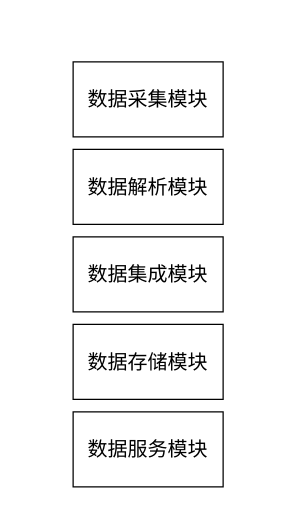
Earlier version of the draw.io diagram 专利处理流程图.drawio (fxfng/hello-world). Source tidied: cells renumbered, new cells numbered last; positions are measured from the earlier drawing's top-left corner, leaving out a move shared by most shapes. Both pictures are drawn from the tidied source at 125%, with x=0, y=0 at pixel (72, 61).
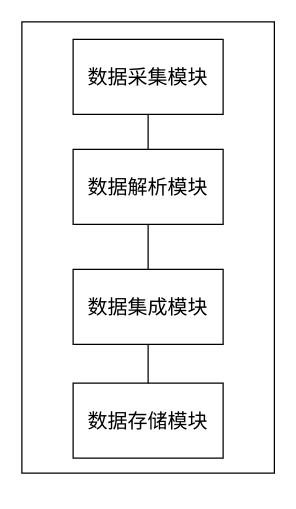
After the change.

Diff of the diagram source:
```diff
@@
 <mxGraphModel>
   <root>
     <mxCell id="0" />
     <mxCell id="1" parent="0" />
+    <mxCell id="7" style="rounded=0;whiteSpace=wrap;html=1;" parent="1" vertex="1">
+      <mxGeometry x="-41" y="-32" width="202" height="361" as="geometry" />
+    </mxCell>
+    <mxCell id="8" style="edgeStyle=orthogonalEdgeStyle;rounded=0;jettySize=auto;html=1;exitX=0.5;exitY=1;exitDx=0;exitDy=0;entryX=0.5;entryY=0;entryDx=0;entryDy=0;endArrow=none;endFill=0;" parent="1" edge="1" source="2" target="4">
+      <mxGeometry relative="1" as="geometry" />
+    </mxCell>
     <mxCell id="2" value="数据采集模块" style="rounded=0;whiteSpace=wrap;html=1;fontSize=16;" parent="1" vertex="1">
-      <mxGeometry width="120" height="60" as="geometry" />
+      <mxGeometry y="-18" width="120" height="60" as="geometry" />
     </mxCell>
     <mxCell id="3" value="数据存储模块" style="rounded=0;whiteSpace=wrap;html=1;fontSize=16;" parent="1" vertex="1">
-      <mxGeometry y="210" width="120" height="60" as="geometry" />
+      <mxGeometry y="257" width="120" height="60" as="geometry" />
     </mxCell>
+    <mxCell id="9" style="edgeStyle=orthogonalEdgeStyle;rounded=0;jettySize=auto;html=1;entryX=0.5;entryY=0;entryDx=0;entryDy=0;endArrow=none;endFill=0;" parent="1" edge="1" source="4" target="5">
+      <mxGeometry relative="1" as="geometry" />
+    </mxCell>
     <mxCell id="4" value="数据解析模块" style="rounded=0;whiteSpace=wrap;html=1;fontSize=16;" parent="1" vertex="1">
       <mxGeometry y="70" width="120" height="60" as="geometry" />
     </mxCell>
+    <mxCell id="10" style="edgeStyle=orthogonalEdgeStyle;rounded=0;jettySize=auto;html=1;exitX=0.5;exitY=1;exitDx=0;exitDy=0;entryX=0.5;entryY=0;entryDx=0;entryDy=0;endArrow=none;endFill=0;" parent="1" edge="1" source="5" target="3">
+      <mxGeometry relative="1" as="geometry" />
+    </mxCell>
     <mxCell id="5" value="数据集成模块" style="rounded=0;whiteSpace=wrap;html=1;fontSize=16;" parent="1" vertex="1">
-      <mxGeometry y="140" width="120" height="60" as="geometry" />
+      <mxGeometry y="166" width="120" height="60" as="geometry" />
     </mxCell>
-    <mxCell id="6" value="数据服务模块" style="rounded=0;whiteSpace=wrap;html=1;fontSize=16;" parent="1" vertex="1">
-      <mxGeometry y="280" width="120" height="60" as="geometry" />
-    </mxCell>
   </root>
 </mxGraphModel>
```
